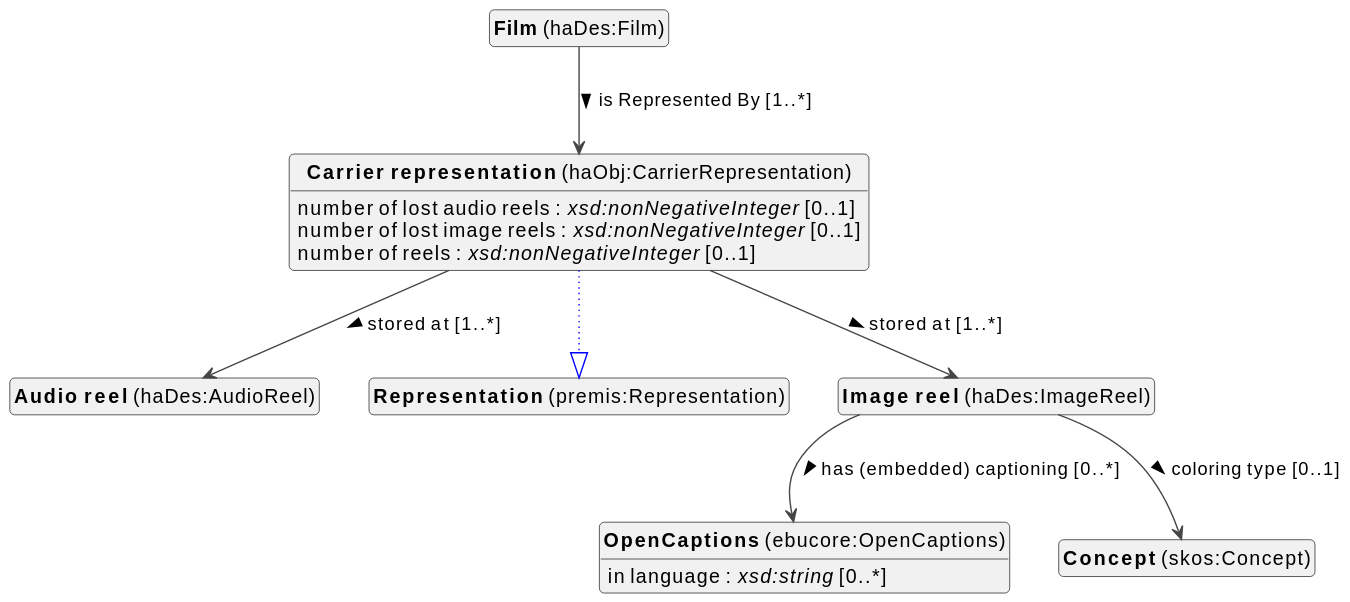
Before: docs/metadata/knowledge-graph/0.0.1/film/en/film-diagram.svg, a diagram exported from PlantUML (viaacode/documentation-jekyll).
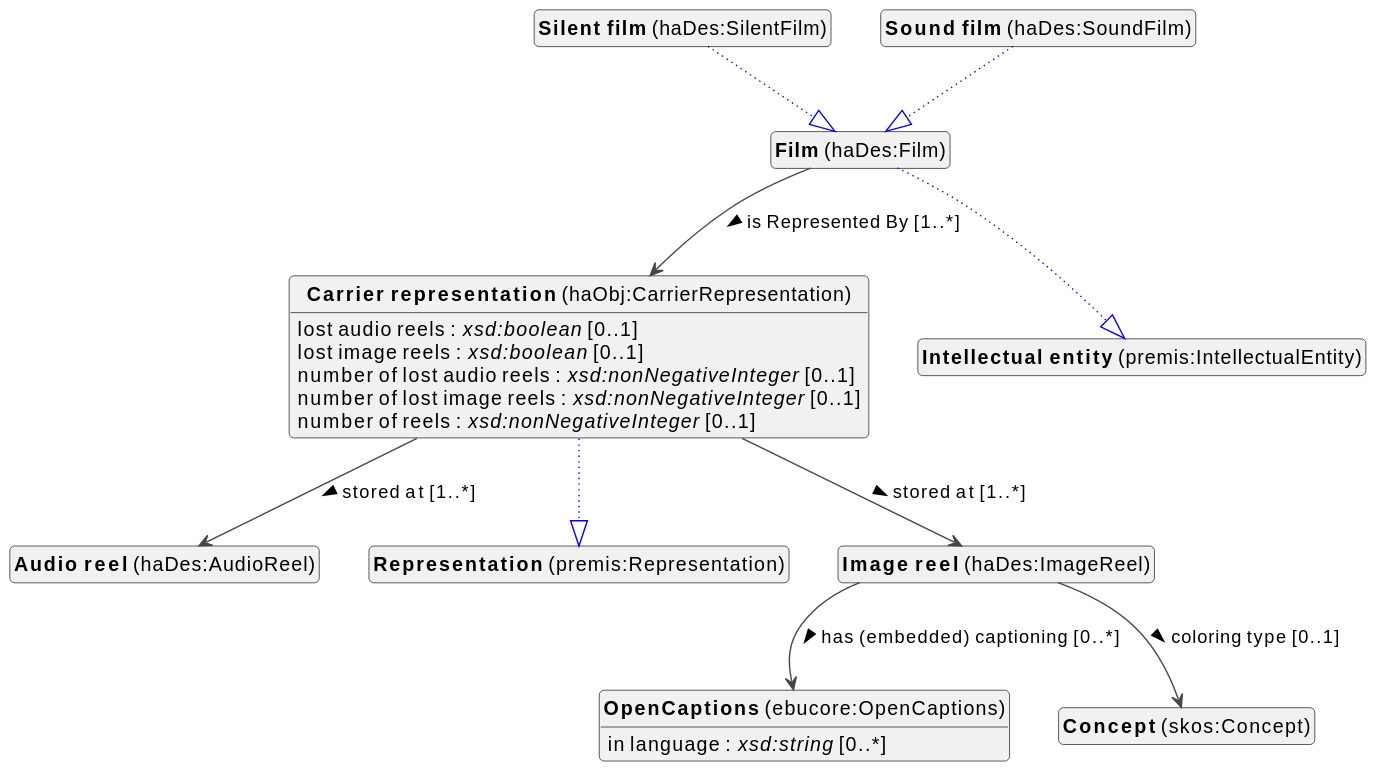
After the change.

Change to the diagram source:
```diff
@@ -16,7 +16,12 @@
 class "<b>Representation</b> (premis:Representation)" as premis_Representation [[#premis%3ARepresentation]]
 class "<b>Concept</b> (skos:Concept)" as skos_Concept [[../../terms/en#skos%3AConcept]]
 class "<b>Film</b> (haDes:Film)" as haDes_Film [[#haDes%3AFilm]]
+class "<b>Intellectual entity</b> (premis:IntellectualEntity)" as premis_IntellectualEntity [[#premis%3AIntellectualEntity]]
 class "<b>Image reel</b> (haDes:ImageReel)" as haDes_ImageReel [[#haDes%3AImageReel]]
+class "<b>Silent film</b> (haDes:SilentFilm)" as haDes_SilentFilm [[#haDes%3ASilentFilm]]
+class "<b>Film</b> (haDes:Film)" as haDes_Film [[#haDes%3AFilm]]
+class "<b>Sound film</b> (haDes:SoundFilm)" as haDes_SoundFilm [[#haDes%3ASoundFilm]]
+class "<b>Film</b> (haDes:Film)" as haDes_Film [[#haDes%3AFilm]]
 
 
 ebucore_OpenCaptions : in language : <i>xsd:string</i> [0..*]
@@ -26,6 +31,8 @@
 
 haObj_CarrierRepresentation --|> premis_Representation #blue;line.dotted;text:blue
 
+haObj_CarrierRepresentation : lost audio reels : <i>xsd:boolean</i> [0..1]
+haObj_CarrierRepresentation : lost image reels : <i>xsd:boolean</i> [0..1]
 haObj_CarrierRepresentation : number of lost audio reels : <i>xsd:nonNegativeInteger</i> [0..1]
 haObj_CarrierRepresentation : number of lost image reels : <i>xsd:nonNegativeInteger</i> [0..1]
 haObj_CarrierRepresentation : number of reels : <i>xsd:nonNegativeInteger</i> [0..1]
@@ -36,12 +43,20 @@
 
 
 
+haDes_Film --|> premis_IntellectualEntity #blue;line.dotted;text:blue
+
 haDes_Film --> haObj_CarrierRepresentation :is Represented By [1..*]  >
 
 
 haDes_ImageReel --> ebucore_OpenCaptions :has (embedded) captioning [0..*]  >
 haDes_ImageReel --> skos_Concept :coloring type [0..1]  >
 
+haDes_SilentFilm --|> haDes_Film #blue;line.dotted;text:blue
+
+
+haDes_SoundFilm --|> haDes_Film #blue;line.dotted;text:blue
+
+
 
 hide circle
 hide methods
```
